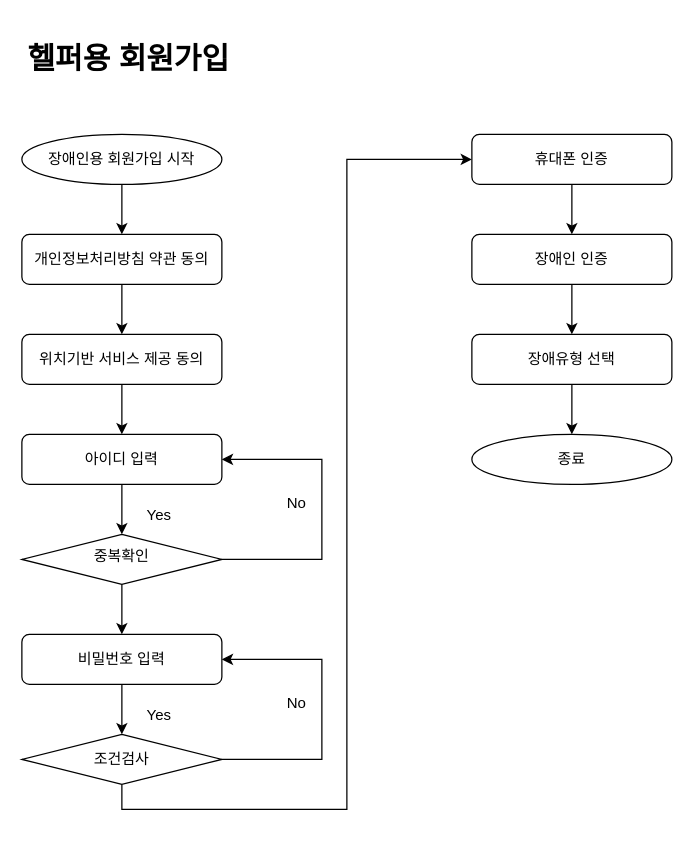
Before: page "헬퍼 회원가입" (2 of 7) of 제목 없는 다이어그램.drawio in SEO-YJ/BeExpert, a draw.io diagram. Source tidied: cells renumbered, new cells numbered last; positions are measured from the earlier drawing's top-left corner, leaving out a move shared by most shapes. Both pictures are drawn from the tidied source at 125%, with x=0, y=0 at pixel (21, 34).
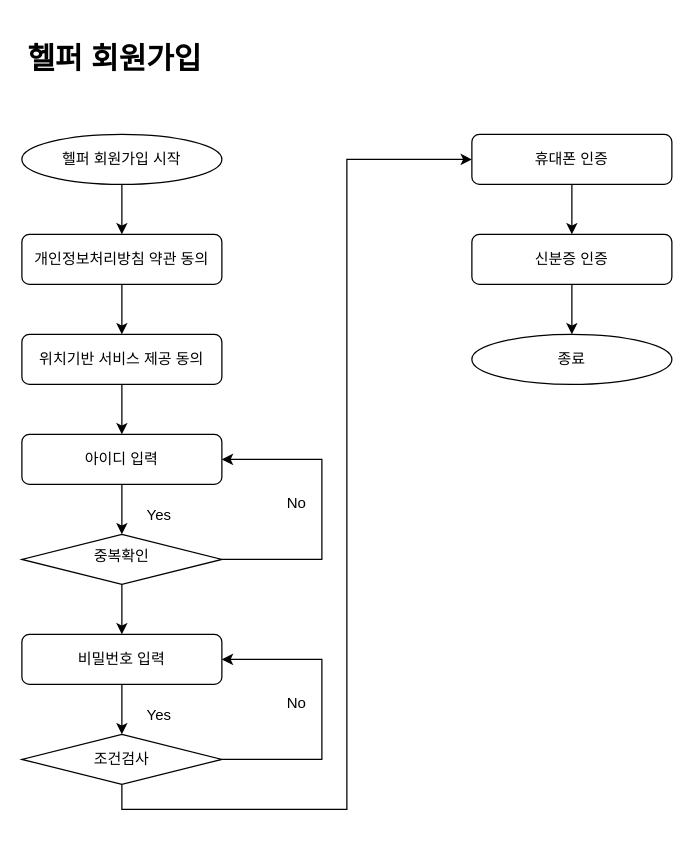
After the change.

The edit, as a diff of the source:
```diff
@@
-    <mxCell id="8" value="&lt;h1&gt;헬퍼용 회원가입&lt;/h1&gt;" style="text;html=1;strokeColor=none;fillColor=none;spacing=5;spacingTop=-20;whiteSpace=wrap;overflow=hidden;rounded=0;" parent="1" vertex="1">
+    <mxCell id="8" value="&lt;h1&gt;헬퍼 회원가입&lt;/h1&gt;" style="text;html=1;strokeColor=none;fillColor=none;spacing=5;spacingTop=-20;whiteSpace=wrap;overflow=hidden;rounded=0;" parent="1" vertex="1">
       <mxGeometry width="190" height="30" as="geometry" />
     </mxCell>
@@
-    <mxCell id="10" value="장애인용 회원가입 시작" style="ellipse;whiteSpace=wrap;html=1;" parent="1" vertex="1">
+    <mxCell id="10" value="헬퍼 회원가입 시작" style="ellipse;whiteSpace=wrap;html=1;" parent="1" vertex="1">
       <mxGeometry y="80" width="160" height="40" as="geometry" />
     </mxCell>
@@
-    <mxCell id="25" style="edgeStyle=orthogonalEdgeStyle;rounded=0;jettySize=auto;html=1;exitX=0.5;exitY=1;exitDx=0;exitDy=0;entryX=0.5;entryY=0;entryDx=0;entryDy=0;" parent="1" edge="1" source="26" target="28">
-      <mxGeometry relative="1" as="geometry" />
+    <mxCell id="25" style="edgeStyle=orthogonalEdgeStyle;rounded=0;jettySize=auto;html=1;exitX=0.5;exitY=1;exitDx=0;exitDy=0;entryX=0.5;entryY=0;entryDx=0;entryDy=0;" parent="1" edge="1" source="26">
+      <mxGeometry relative="1" as="geometry">
+        <mxPoint x="440" y="240" as="targetPoint" />
+      </mxGeometry>
     </mxCell>
-    <mxCell id="26" value="장애인 인증" style="rounded=1;whiteSpace=wrap;html=1;" parent="1" vertex="1">
+    <mxCell id="26" value="신분증 인증" style="rounded=1;whiteSpace=wrap;html=1;" parent="1" vertex="1">
       <mxGeometry x="360" y="160" width="160" height="40" as="geometry" />
     </mxCell>
-    <mxCell id="27" style="edgeStyle=orthogonalEdgeStyle;rounded=0;jettySize=auto;html=1;" parent="1" edge="1" source="28" target="29">
-      <mxGeometry relative="1" as="geometry" />
-    </mxCell>
-    <mxCell id="28" value="장애유형 선택" style="rounded=1;whiteSpace=wrap;html=1;" parent="1" vertex="1">
-      <mxGeometry x="360" y="240" width="160" height="40" as="geometry" />
-    </mxCell>
     <mxCell id="29" value="종료" style="ellipse;whiteSpace=wrap;html=1;" parent="1" vertex="1">
-      <mxGeometry x="360" y="320" width="160" height="40" as="geometry" />
+      <mxGeometry x="360" y="240" width="160" height="40" as="geometry" />
     </mxCell>
```
